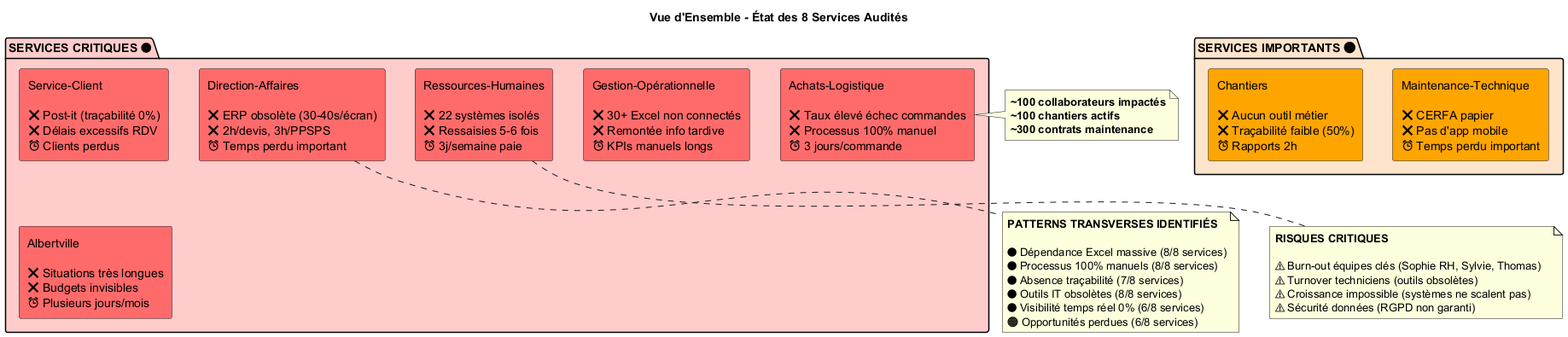
Before: Synthese/uml/png/Vue_Ensemble_Services.png, a diagram exported from PlantUML (JordanSerafini/Audit_Duret). Its diagram source:
```plantuml
@startuml Vue_Ensemble_Services

title Vue d'Ensemble - État des 8 Services Audités

skinparam componentStyle rectangle

package "SERVICES CRITIQUES 🔴" #FFCCCC {
  [Achats-Logistique\n\n❌ Taux élevé échec commandes\n❌ Processus 100% manuel\n⏰ 3 jours/commande] as Achats #FF6B6B

  [Direction-Affaires\n\n❌ ERP obsolète (30-40s/écran)\n❌ 2h/devis, 3h/PPSPS\n⏰ Temps perdu important] as DirAff #FF6B6B

  [Ressources-Humaines\n\n❌ 22 systèmes isolés\n❌ Ressaisies 5-6 fois\n⏰ 3j/semaine paie] as RH #FF6B6B

  [Service-Client\n\n❌ Post-it (traçabilité 0%)\n❌ Délais excessifs RDV\n⏰ Clients perdus] as ServiceClient #FF6B6B

  [Gestion-Opérationnelle\n\n❌ 30+ Excel non connectés\n❌ Remontée info tardive\n⏰ KPIs manuels longs] as GestOp #FF6B6B

  [Albertville\n\n❌ Situations très longues\n❌ Budgets invisibles\n⏰ Plusieurs jours/mois] as Albert #FF6B6B
}

package "SERVICES IMPORTANTS 🟠" #FFE4CC {
  [Maintenance-Technique\n\n❌ CERFA papier\n❌ Pas d'app mobile\n⏰ Temps perdu important] as Maint #FFA500

  [Chantiers\n\n❌ Aucun outil métier\n❌ Traçabilité faible (50%)\n⏰ Rapports 2h] as Chantiers #FFA500
}

note right of Achats
  **~100 collaborateurs impactés**
  **~100 chantiers actifs**
  **~300 contrats maintenance**
end note

note bottom of DirAff
  **PATTERNS TRANSVERSES IDENTIFIÉS**

  🔴 Dépendance Excel massive (8/8 services)
  🔴 Processus 100% manuels (8/8 services)
  🔴 Absence traçabilité (7/8 services)
  🔴 Outils IT obsolètes (8/8 services)
  🔴 Visibilité temps réel 0% (6/8 services)
  🟠 Opportunités perdues (6/8 services)
end note

note bottom of RH
  **RISQUES CRITIQUES**

  ⚠️ Burn-out équipes clés (Sophie RH, Sylvie, Thomas)
  ⚠️ Turnover techniciens (outils obsolètes)
  ⚠️ Croissance impossible (systèmes ne scalent pas)
  ⚠️ Sécurité données (RGPD non garanti)
end note

@enduml
```
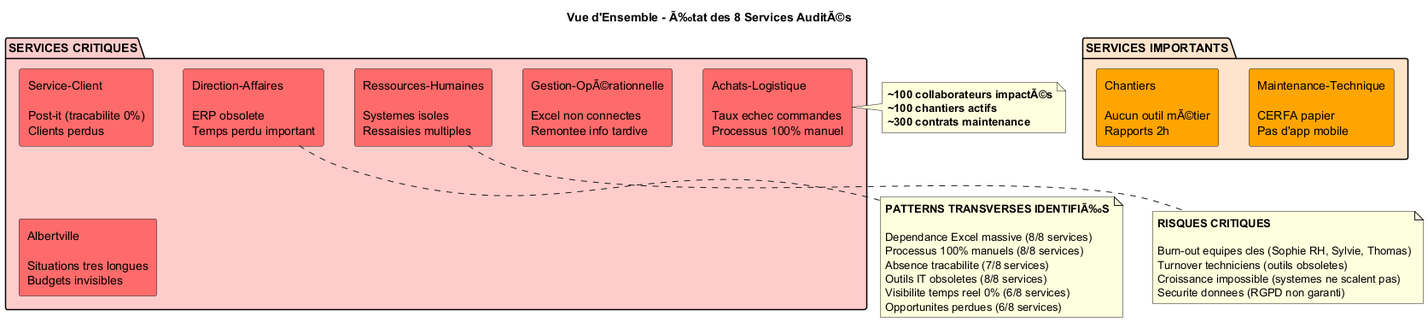
Above is the later version.

Diff of the diagram source:
```diff
@@ -1,53 +1,47 @@
 @startuml Vue_Ensemble_Services
 
-title Vue d'Ensemble - État des 8 Services Audités
+title Vue d'Ensemble - Ã‰tat des 8 Services AuditÃ©s
 
 skinparam componentStyle rectangle
 
-package "SERVICES CRITIQUES 🔴" #FFCCCC {
-  [Achats-Logistique\n\n❌ Taux élevé échec commandes\n❌ Processus 100% manuel\n⏰ 3 jours/commande] as Achats #FF6B6B
-
-  [Direction-Affaires\n\n❌ ERP obsolète (30-40s/écran)\n❌ 2h/devis, 3h/PPSPS\n⏰ Temps perdu important] as DirAff #FF6B6B
-
-  [Ressources-Humaines\n\n❌ 22 systèmes isolés\n❌ Ressaisies 5-6 fois\n⏰ 3j/semaine paie] as RH #FF6B6B
-
-  [Service-Client\n\n❌ Post-it (traçabilité 0%)\n❌ Délais excessifs RDV\n⏰ Clients perdus] as ServiceClient #FF6B6B
-
-  [Gestion-Opérationnelle\n\n❌ 30+ Excel non connectés\n❌ Remontée info tardive\n⏰ KPIs manuels longs] as GestOp #FF6B6B
-
-  [Albertville\n\n❌ Situations très longues\n❌ Budgets invisibles\n⏰ Plusieurs jours/mois] as Albert #FF6B6B
+package "SERVICES CRITIQUES" #FFCCCC {
+  rectangle "Achats-Logistique\n\nTaux echec commandes\nProcessus 100% manuel" as Achats #FF6B6B
+  rectangle "Direction-Affaires\n\nERP obsolete\nTemps perdu important" as DirAff #FF6B6B
+  rectangle "Ressources-Humaines\n\nSystemes isoles\nRessaisies multiples" as RH #FF6B6B
+  rectangle "Service-Client\n\nPost-it (tracabilite 0%)\nClients perdus" as ServiceClient #FF6B6B
+  rectangle "Gestion-OpÃ©rationnelle\n\nExcel non connectes\nRemontee info tardive" as GestOp #FF6B6B
+  rectangle "Albertville\n\nSituations tres longues\nBudgets invisibles" as Albert #FF6B6B
 }
 
-package "SERVICES IMPORTANTS 🟠" #FFE4CC {
-  [Maintenance-Technique\n\n❌ CERFA papier\n❌ Pas d'app mobile\n⏰ Temps perdu important] as Maint #FFA500
-
-  [Chantiers\n\n❌ Aucun outil métier\n❌ Traçabilité faible (50%)\n⏰ Rapports 2h] as Chantiers #FFA500
+package "SERVICES IMPORTANTS" #FFE4CC {
+  rectangle "Maintenance-Technique\n\nCERFA papier\nPas d'app mobile" as Maint #FFA500
+  rectangle "Chantiers\n\nAucun outil mÃ©tier\nRapports 2h" as Chantiers #FFA500
 }
 
 note right of Achats
-  **~100 collaborateurs impactés**
+  **~100 collaborateurs impactÃ©s**
   **~100 chantiers actifs**
   **~300 contrats maintenance**
 end note
 
 note bottom of DirAff
-  **PATTERNS TRANSVERSES IDENTIFIÉS**
+  **PATTERNS TRANSVERSES IDENTIFIÃ‰S**
 
-  🔴 Dépendance Excel massive (8/8 services)
-  🔴 Processus 100% manuels (8/8 services)
-  🔴 Absence traçabilité (7/8 services)
-  🔴 Outils IT obsolètes (8/8 services)
-  🔴 Visibilité temps réel 0% (6/8 services)
-  🟠 Opportunités perdues (6/8 services)
+  Dependance Excel massive (8/8 services)
+  Processus 100% manuels (8/8 services)
+  Absence tracabilite (7/8 services)
+  Outils IT obsoletes (8/8 services)
+  Visibilite temps reel 0% (6/8 services)
+  Opportunites perdues (6/8 services)
 end note
 
 note bottom of RH
   **RISQUES CRITIQUES**
 
-  ⚠️ Burn-out équipes clés (Sophie RH, Sylvie, Thomas)
-  ⚠️ Turnover techniciens (outils obsolètes)
-  ⚠️ Croissance impossible (systèmes ne scalent pas)
-  ⚠️ Sécurité données (RGPD non garanti)
+  Burn-out equipes cles (Sophie RH, Sylvie, Thomas)
+  Turnover techniciens (outils obsoletes)
+  Croissance impossible (systemes ne scalent pas)
+  Securite donnees (RGPD non garanti)
 end note
 
 @enduml
```
